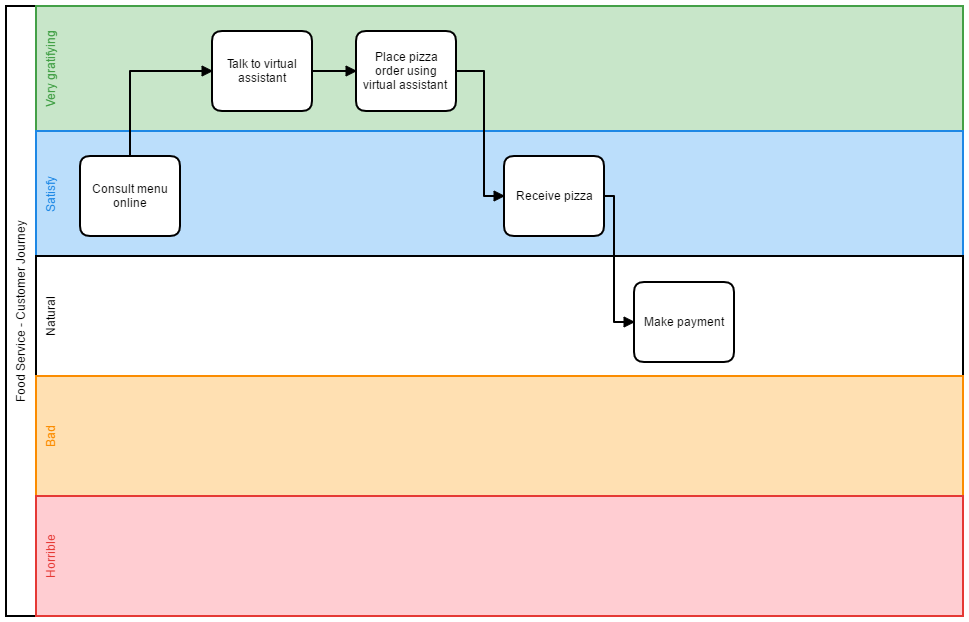
The BPMN diagram images/pizza-service-strategic-customer-journey-to-be.png in DigiBP/digibp-food-inc, before a commit. Its source is kept beside it as modelling/pizza-service/pizza-service-strategic-customer-journey-to-be.bpmn. Ids are renumbered.
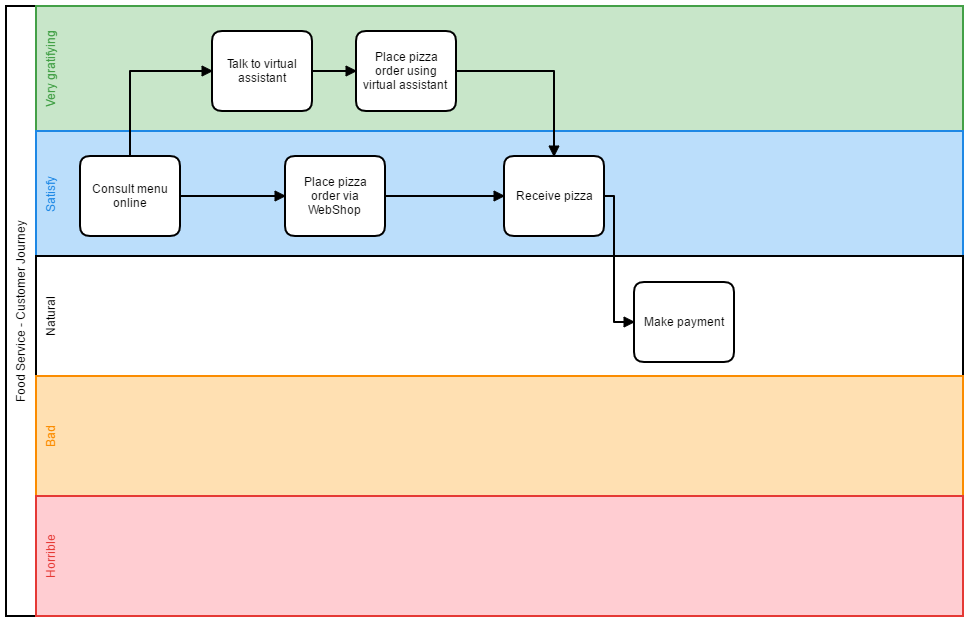
After the change.

What changed in the source:
```diff
@@ -11,6 +11,7 @@
       <bpmn:lane id="Lane_n7" name="Satisfy">
         <bpmn:flowNodeRef>Task_n8</bpmn:flowNodeRef>
         <bpmn:flowNodeRef>Task_n9</bpmn:flowNodeRef>
+        <bpmn:flowNodeRef>Task_n18</bpmn:flowNodeRef>
       </bpmn:lane>
       <bpmn:lane id="Lane_n10" name="Natural">
         <bpmn:flowNodeRef>Task_n11</bpmn:flowNodeRef>
@@ -23,11 +24,13 @@
     <bpmn:sequenceFlow id="SequenceFlow_n16" sourceRef="Task_n6" targetRef="Task_n8" />
     <bpmn:task id="Task_n8" name="Receive pizza">
       <bpmn:incoming>SequenceFlow_n16</bpmn:incoming>
+      <bpmn:incoming>SequenceFlow_n19</bpmn:incoming>
       <bpmn:outgoing>SequenceFlow_n17</bpmn:outgoing>
     </bpmn:task>
     <bpmn:sequenceFlow id="SequenceFlow_n17" sourceRef="Task_n8" targetRef="Task_n11" />
     <bpmn:task id="Task_n9" name="Consult menu online">
       <bpmn:outgoing>SequenceFlow_n14</bpmn:outgoing>
+      <bpmn:outgoing>SequenceFlow_n20</bpmn:outgoing>
     </bpmn:task>
     <bpmn:task id="Task_n5" name="Talk to virtual assistant">
       <bpmn:incoming>SequenceFlow_n14</bpmn:incoming>
@@ -40,6 +43,12 @@
     <bpmn:task id="Task_n11" name="Make payment">
       <bpmn:incoming>SequenceFlow_n17</bpmn:incoming>
     </bpmn:task>
+    <bpmn:task id="Task_n18" name="Place pizza order via WebShop">
+      <bpmn:incoming>SequenceFlow_n20</bpmn:incoming>
+      <bpmn:outgoing>SequenceFlow_n19</bpmn:outgoing>
+    </bpmn:task>
+    <bpmn:sequenceFlow id="SequenceFlow_n20" sourceRef="Task_n9" targetRef="Task_n18" />
+    <bpmn:sequenceFlow id="SequenceFlow_n19" sourceRef="Task_n18" targetRef="Task_n8" />
   </bpmn:process>
   <bpmndi:BPMNDiagram id="BPMNDiagram_1">
     <bpmndi:BPMNPlane id="BPMNPlane_1" bpmnElement="Collaboration_n1">
@@ -92,11 +101,10 @@
       </bpmndi:BPMNShape>
       <bpmndi:BPMNEdge id="SequenceFlow_n16_di" bpmnElement="SequenceFlow_n16">
         <di:waypoint xsi:type="dc:Point" x="564" y="64" />
-        <di:waypoint xsi:type="dc:Point" x="592" y="64" />
-        <di:waypoint xsi:type="dc:Point" x="592" y="189" />
-        <di:waypoint xsi:type="dc:Point" x="612" y="189" />
+        <di:waypoint xsi:type="dc:Point" x="662" y="64" />
+        <di:waypoint xsi:type="dc:Point" x="662" y="149" />
         <bpmndi:BPMNLabel>
-          <dc:Bounds x="562" y="120.5" width="90" height="12" />
+          <dc:Bounds x="568" y="43" width="90" height="12" />
         </bpmndi:BPMNLabel>
       </bpmndi:BPMNEdge>
       <bpmndi:BPMNEdge id="SequenceFlow_n17_di" bpmnElement="SequenceFlow_n17">
@@ -111,6 +119,23 @@
       <bpmndi:BPMNShape id="Task_n11_di" bpmnElement="Task_n11">
         <dc:Bounds x="742" y="275" width="100" height="80" />
       </bpmndi:BPMNShape>
+      <bpmndi:BPMNShape id="Task_n18_di" bpmnElement="Task_n18">
+        <dc:Bounds x="393" y="149" width="100" height="80" />
+      </bpmndi:BPMNShape>
+      <bpmndi:BPMNEdge id="SequenceFlow_n20_di" bpmnElement="SequenceFlow_n20">
+        <di:waypoint xsi:type="dc:Point" x="288" y="189" />
+        <di:waypoint xsi:type="dc:Point" x="393" y="189" />
+        <bpmndi:BPMNLabel>
+          <dc:Bounds x="340.5" y="168" width="0" height="12" />
+        </bpmndi:BPMNLabel>
+      </bpmndi:BPMNEdge>
+      <bpmndi:BPMNEdge id="SequenceFlow_n19_di" bpmnElement="SequenceFlow_n19">
+        <di:waypoint xsi:type="dc:Point" x="493" y="189" />
+        <di:waypoint xsi:type="dc:Point" x="612" y="189" />
+        <bpmndi:BPMNLabel>
+          <dc:Bounds x="552.5" y="168" width="0" height="12" />
+        </bpmndi:BPMNLabel>
+      </bpmndi:BPMNEdge>
     </bpmndi:BPMNPlane>
   </bpmndi:BPMNDiagram>
 </bpmn:definitions>
```
